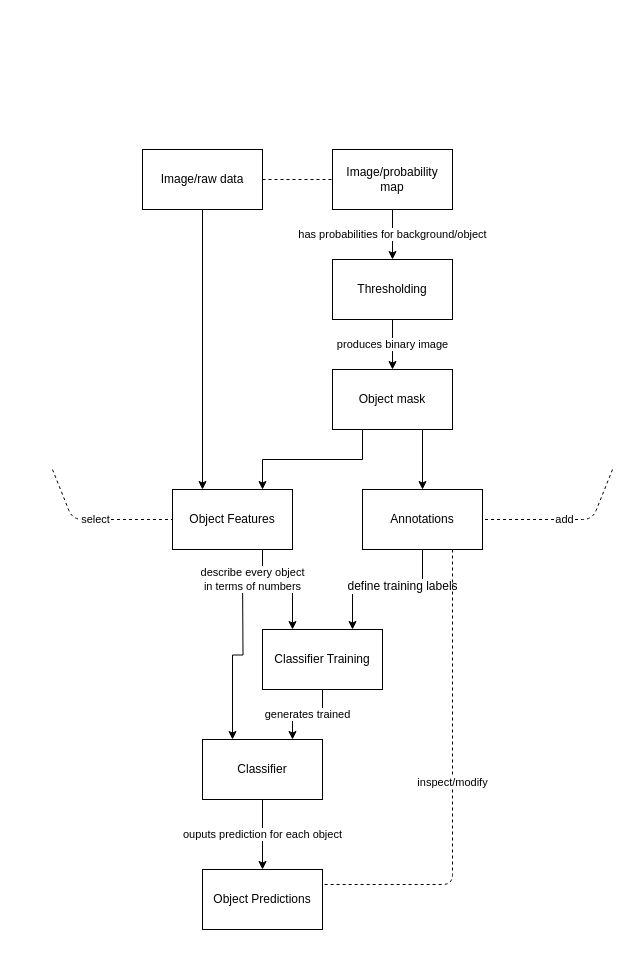
The draw.io diagram page "Overview" (1 of 3) of concept-maps/object_classification.drawio in ilastik/ilastik-teaching, before the edit. Source tidied: cells renumbered, new cells numbered last; positions are measured from the earlier drawing's top-left corner, leaving out a move shared by most shapes. Both pictures are drawn from the tidied source at 100%, with x=0, y=0 at pixel (52, 149).
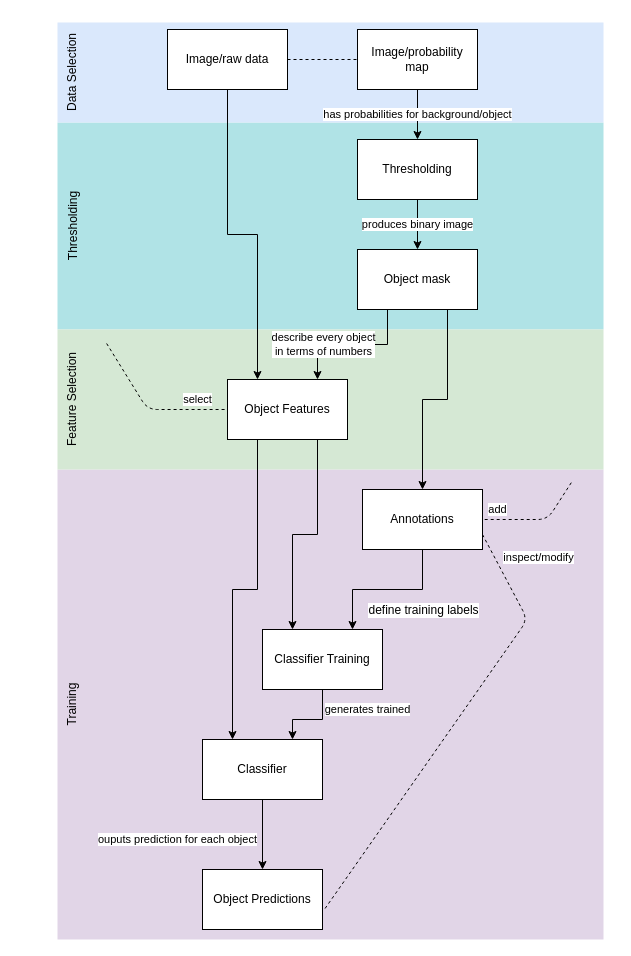
The same diagram, later.

Commit message (it also covers changes not shown here):
sort concepts by applet

The change refers to these unchanged cells:
```xml
<mxCell id="15" style="edgeStyle=orthogonalEdgeStyle;rounded=0;jettySize=auto;html=1;exitX=0.5;exitY=1;exitDx=0;exitDy=0;entryX=0.75;entryY=0;entryDx=0;entryDy=0;" parent="1" edge="1" source="17" target="19">
  <mxGeometry relative="1" as="geometry" />
</mxCell>
<mxCell id="17" value="Annotations&lt;br&gt;" style="rounded=0;whiteSpace=wrap;html=1;" parent="1" vertex="1">
  <mxGeometry x="310" y="340" width="120" height="60" as="geometry" />
</mxCell>
<mxCell id="19" value="Classifier Training&lt;br&gt;" style="rounded=0;whiteSpace=wrap;html=1;" parent="1" vertex="1">
  <mxGeometry x="210" y="480" width="120" height="60" as="geometry" />
</mxCell>
<mxCell id="21" value="Classifier&lt;br&gt;" style="rounded=0;whiteSpace=wrap;html=1;" parent="1" vertex="1">
  <mxGeometry x="150" y="590" width="120" height="60" as="geometry" />
</mxCell>
<mxCell id="22" value="Object Predictions&lt;br&gt;" style="rounded=0;whiteSpace=wrap;html=1;" parent="1" vertex="1">
  <mxGeometry x="150" y="720" width="120" height="60" as="geometry" />
</mxCell>
```

Change to the diagram source:
```diff
@@
+    <mxCell id="26" style="rounded=0;whiteSpace=wrap;html=1;fillColor=#b0e3e6;strokeColor=none;" parent="1" vertex="1">
+      <mxGeometry x="5" y="-27" width="546" height="207" as="geometry" />
+    </mxCell>
+    <mxCell id="27" style="group;" parent="1" vertex="1">
+      <mxGeometry x="-35" y="-127" width="586" height="100" as="geometry" />
+    </mxCell>
+    <mxCell id="28" style="rounded=0;whiteSpace=wrap;html=1;fillColor=#dae8fc;strokeColor=none;" parent="27" vertex="1">
+      <mxGeometry x="40" width="546" height="100" as="geometry" />
+    </mxCell>
+    <mxCell id="29" value="Data Selection" style="text;html=1;strokeColor=none;fillColor=none;align=center;verticalAlign=middle;whiteSpace=wrap;rounded=0;rotation=-90;" parent="27" vertex="1">
+      <mxGeometry y="40" width="110" height="20" as="geometry" />
+    </mxCell>
+    <mxCell id="30" style="rounded=0;whiteSpace=wrap;html=1;fillColor=#e1d5e7;strokeColor=none;" parent="1" vertex="1">
+      <mxGeometry x="5" y="320" width="546" height="470" as="geometry" />
+    </mxCell>
+    <mxCell id="31" style="rounded=0;whiteSpace=wrap;html=1;fillColor=#d5e8d4;strokeColor=none;" parent="1" vertex="1">
+      <mxGeometry x="5" y="180" width="546" height="140" as="geometry" />
+    </mxCell>
+    <mxCell id="32" value="Feature Selection" style="text;html=1;strokeColor=none;fillColor=none;align=center;verticalAlign=middle;whiteSpace=wrap;rounded=0;rotation=-90;" parent="1" vertex="1">
+      <mxGeometry x="-35" y="240" width="110" height="20" as="geometry" />
+    </mxCell>
+    <mxCell id="33" value="Training" style="text;html=1;strokeColor=none;fillColor=none;align=center;verticalAlign=middle;whiteSpace=wrap;rounded=0;rotation=-90;" parent="1" vertex="1">
+      <mxGeometry x="-35" y="545" width="110" height="20" as="geometry" />
+    </mxCell>
@@
     <mxCell id="3" value="Image/raw data&lt;br&gt;" style="rounded=0;whiteSpace=wrap;html=1;" parent="1" vertex="1">
-      <mxGeometry x="90" width="120" height="60" as="geometry" />
+      <mxGeometry x="115" y="-120" width="120" height="60" as="geometry" />
     </mxCell>
@@
     <mxCell id="5" value="Image/probability map&lt;br&gt;" style="rounded=0;whiteSpace=wrap;html=1;" parent="1" vertex="1">
-      <mxGeometry x="280" width="120" height="60" as="geometry" />
+      <mxGeometry x="305" y="-120" width="120" height="60" as="geometry" />
     </mxCell>
@@
     <mxCell id="8" value="Thresholding&lt;br&gt;" style="rounded=0;whiteSpace=wrap;html=1;" parent="1" vertex="1">
-      <mxGeometry x="280" y="110" width="120" height="60" as="geometry" />
+      <mxGeometry x="305" y="-10" width="120" height="60" as="geometry" />
     </mxCell>
@@
     <mxCell id="11" value="Object mask&lt;br&gt;" style="rounded=0;whiteSpace=wrap;html=1;" parent="1" vertex="1">
-      <mxGeometry x="280" y="220" width="120" height="60" as="geometry" />
+      <mxGeometry x="305" y="100" width="120" height="60" as="geometry" />
     </mxCell>
@@
-    <mxCell id="13" value="describe every object&lt;br&gt;in terms of numbers" style="edgeStyle=orthogonalEdgeStyle;rounded=0;jettySize=auto;html=1;entryX=0.25;entryY=0;entryDx=0;entryDy=0;" parent="1" edge="1" target="21">
-      <mxGeometry x="-0.89" y="10" relative="1" as="geometry">
-        <mxPoint x="190" y="420" as="sourcePoint" />
+    <mxCell id="13" value="describe every object&lt;br&gt;in terms of numbers" style="edgeStyle=orthogonalEdgeStyle;rounded=0;jettySize=auto;html=1;entryX=0.25;entryY=0;entryDx=0;entryDy=0;exitX=0.25;exitY=1;exitDx=0;exitDy=0;" parent="1" edge="1" source="14" target="21">
+      <mxGeometry x="0.07" y="-125" relative="1" as="geometry">
+        <mxPoint x="90" y="-120" as="offset" />
       </mxGeometry>
     </mxCell>
     <mxCell id="14" value="Object Features&lt;br&gt;" style="rounded=0;whiteSpace=wrap;html=1;" parent="1" vertex="1">
-      <mxGeometry x="120" y="340" width="120" height="60" as="geometry" />
+      <mxGeometry x="175" y="230" width="120" height="60" as="geometry" />
     </mxCell>
@@
     <mxCell id="16" value="define training labels&lt;br&gt;" style="text;html=1;align=center;verticalAlign=middle;labelBackgroundColor=#ffffff;" parent="15" vertex="1">
-      <mxGeometry x="-0.19" y="-4" relative="1" as="geometry" />
+      <mxGeometry x="-0.19" y="-4" relative="1" as="geometry">
+        <mxPoint x="21" y="24" as="offset" />
+      </mxGeometry>
     </mxCell>
@@
     <mxCell id="18" value="generates trained" style="edgeStyle=orthogonalEdgeStyle;rounded=0;jettySize=auto;html=1;exitX=0.5;exitY=1;exitDx=0;exitDy=0;entryX=0.75;entryY=0;entryDx=0;entryDy=0;" parent="1" edge="1" source="19" target="21">
-      <mxGeometry relative="1" as="geometry" />
+      <mxGeometry x="-0.5" y="45" relative="1" as="geometry">
+        <Array as="points">
+          <mxPoint x="270" y="570" />
+          <mxPoint x="240" y="570" />
+        </Array>
+      </mxGeometry>
     </mxCell>
@@
     <mxCell id="20" value="ouputs prediction for each object" style="edgeStyle=orthogonalEdgeStyle;rounded=0;jettySize=auto;html=1;exitX=0.5;exitY=1;exitDx=0;exitDy=0;entryX=0.5;entryY=0;entryDx=0;entryDy=0;" parent="1" edge="1" source="21" target="22">
-      <mxGeometry relative="1" as="geometry" />
+      <mxGeometry x="0.14" y="-85" relative="1" as="geometry" />
     </mxCell>
@@
-    <mxCell id="23" value="inspect/modify&lt;br&gt;" style="endArrow=none;dashed=1;html=1;entryX=1;entryY=0.25;entryDx=0;entryDy=0;exitX=0.75;exitY=1;exitDx=0;exitDy=0;" parent="1" edge="1" source="17" target="22">
-      <mxGeometry relative="1" as="geometry">
+    <mxCell id="23" value="inspect/modify&lt;br&gt;" style="endArrow=none;dashed=1;html=1;entryX=1.02;entryY=0.654;entryDx=0;entryDy=0;exitX=1;exitY=0.75;exitDx=0;exitDy=0;entryPerimeter=0;" parent="1" edge="1" source="17" target="22">
+      <mxGeometry x="-0.79" y="39" relative="1" as="geometry">
         <Array as="points">
-          <mxPoint x="400" y="735" />
+          <mxPoint x="475" y="470" />
         </Array>
       </mxGeometry>
     </mxCell>
-    <mxCell id="24" value="add" style="endArrow=none;dashed=1;html=1;entryX=1;entryY=0.5;entryDx=0;entryDy=0;" parent="1" edge="1" target="17">
-      <mxGeometry relative="1" as="geometry">
-        <mxPoint x="560" y="320" as="sourcePoint" />
+    <mxCell id="24" value="add" style="endArrow=none;dashed=1;html=1;entryX=1;entryY=0.5;entryDx=0;entryDy=0;exitX=0.941;exitY=0.028;exitDx=0;exitDy=0;exitPerimeter=0;" parent="1" edge="1" source="30" target="17">
+      <mxGeometry x="0.72" y="-10" relative="1" as="geometry">
         <Array as="points">
-          <mxPoint x="540" y="370" />
+          <mxPoint x="495" y="370" />
         </Array>
       </mxGeometry>
     </mxCell>
-    <mxCell id="25" value="select" style="endArrow=none;dashed=1;html=1;entryX=0;entryY=0.5;entryDx=0;entryDy=0;" parent="1" edge="1" target="14">
-      <mxGeometry relative="1" as="geometry">
-        <mxPoint y="320" as="sourcePoint" />
+    <mxCell id="25" value="select" style="endArrow=none;dashed=1;html=1;entryX=0;entryY=0.5;entryDx=0;entryDy=0;exitX=0.09;exitY=0.1;exitDx=0;exitDy=0;exitPerimeter=0;" parent="1" edge="1" source="31" target="14">
+      <mxGeometry x="0.62" y="10" relative="1" as="geometry">
         <Array as="points">
-          <mxPoint x="20" y="370" />
+          <mxPoint x="95" y="260" />
         </Array>
       </mxGeometry>
     </mxCell>
+    <mxCell id="34" value="Thresholding&lt;br&gt;" style="text;html=1;strokeColor=none;fillColor=none;align=center;verticalAlign=middle;whiteSpace=wrap;rounded=0;rotation=-90;" parent="1" vertex="1">
+      <mxGeometry x="-35" y="66.5" width="110" height="20" as="geometry" />
+    </mxCell>
```
